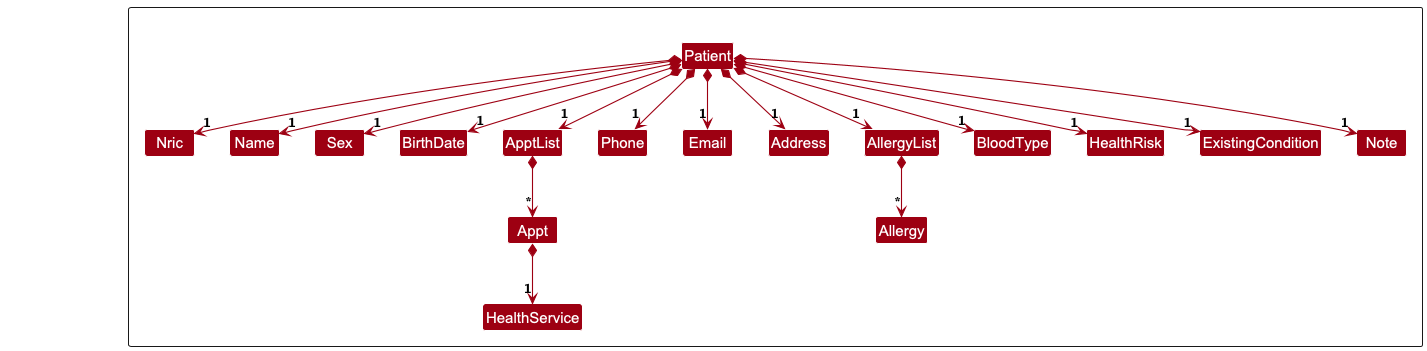
Earlier version of the PlantUML export docs/images/PatientClassDiagram.png (nus-cs2103-AY2425S1/tp). Source of this version:
```plantuml
@startuml
!include style.puml
skinparam arrowThickness 1.1
skinparam arrowColor MODEL_COLOR
skinparam classBackgroundColor MODEL_COLOR

Package "" as ModelPackage <<Rectangle>>{
Class Patient
Class Nric
Class Name
Class Sex
Class BirthDate
Class ApptList
Class Phone
Class Email
Class Address
Class AllergyList
Class Allergy
Class BloodType
Class HealthRisk
Class ExistingCondition
Class Note
Class Appt
Class HealthService

Class I #FFFFFF
}

Class HiddenOutside #FFFFFF

Patient *-down-> "1" Name
Patient *-down-> "1" Nric
Patient *-down-> "1" Sex
Patient *-down-> "1" BirthDate
Patient *-down-> "1" Phone
Patient *-down-> "1" ApptList
Patient *-down-> "1" Email
Patient *-down-> "1" Address
Patient *-down-> "1" AllergyList
Patient *-down-> "1" BloodType
Patient *-down-> "1" HealthRisk
Patient *-down-> "1" ExistingCondition
Patient *-down-> "1" Note
ApptList *-down-> "*" Appt
Appt *-down-> "1" HealthService
AllergyList *-down-> "*" Allergy
@enduml
```
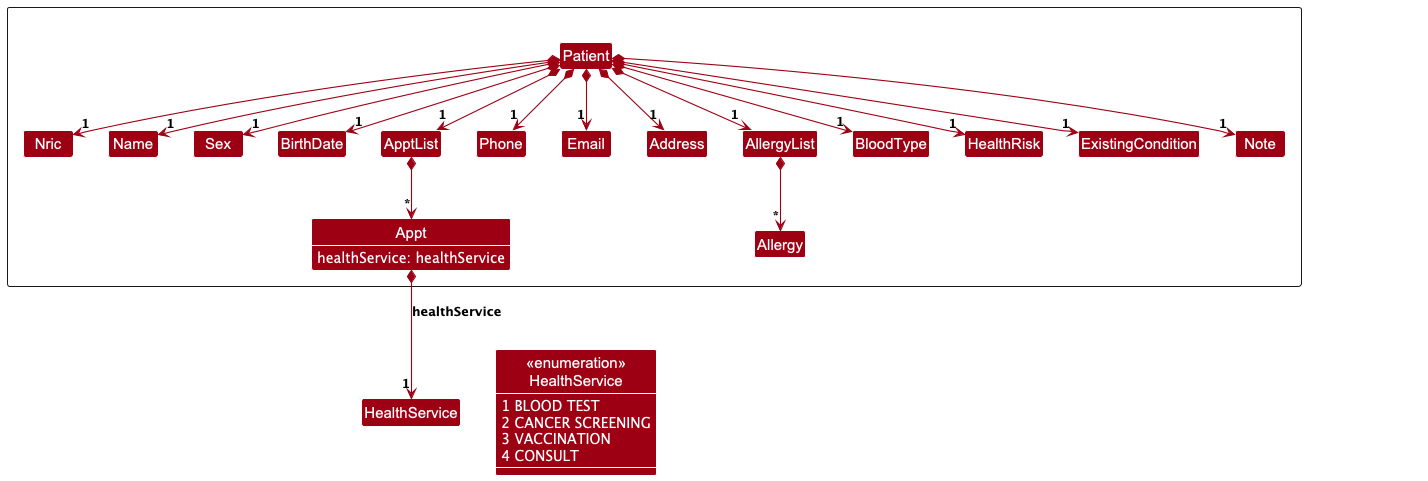
Above is the later version.

Commit message:
Update dg and uml diagrams

Diff of the diagram source:
```diff
@@ -3,6 +3,9 @@
 skinparam arrowThickness 1.1
 skinparam arrowColor MODEL_COLOR
 skinparam classBackgroundColor MODEL_COLOR
+skinparam class {
+    AttributeFontColor white
+}
 
 Package "" as ModelPackage <<Rectangle>>{
 Class Patient
@@ -20,10 +23,18 @@
 Class HealthRisk
 Class ExistingCondition
 Class Note
-Class Appt
-Class HealthService
+Class Appt {
+    healthService: healthService
+}
 
 Class I #FFFFFF
+}
+
+Class "<<enumeration>>\nHealthService" as healthService {
+    1 BLOOD TEST
+    2 CANCER SCREENING
+    3 VACCINATION
+    4 CONSULT
 }
 
 Class HiddenOutside #FFFFFF
@@ -42,6 +53,10 @@
 Patient *-down-> "1" ExistingCondition
 Patient *-down-> "1" Note
 ApptList *-down-> "*" Appt
-Appt *-down-> "1" HealthService
+Appt *-down-> "1" HealthService: healthService
 AllergyList *-down-> "*" Allergy
+
+HealthService -[hidden]right-> healthService
+
+show healthService members
 @enduml
```
